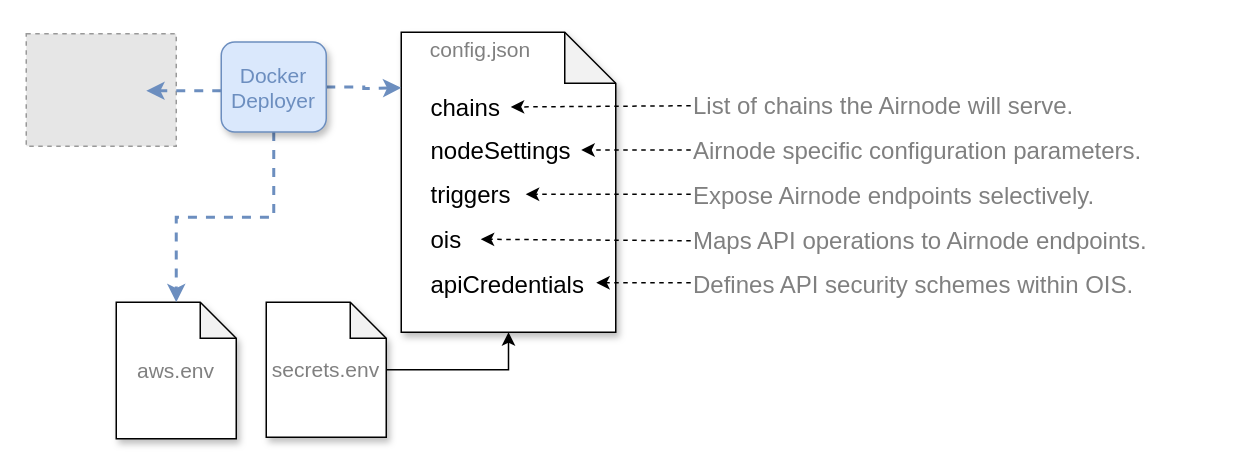
Above: docs/airnode/v1.0/assets/diagrams/config-json.drawio in api3dao/old-api3-docs (draw.io), before the change. Source tidied: cells renumbered, new cells numbered last; positions are measured from the earlier drawing's top-left corner, leaving out a move shared by most shapes. Both pictures are drawn from the tidied source at 150%, with x=0, y=0 at pixel (26, 32). Pictures stored in the file or linked from it are replaced by grey dashed boxes.
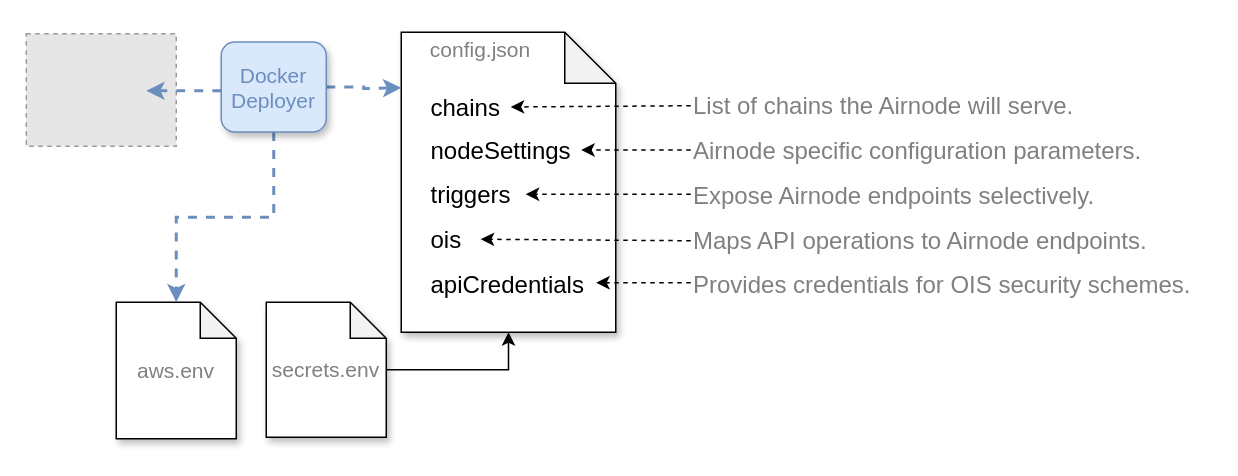
The same diagram, later.

Commit message (it also covers changes not shown here):
apiCredentials description incorect. The apiCredentials are there just to provide credentials for security schemes that are already defined in OIS.

The edit, as a diff of the source:
```diff
@@
-    <mxCell id="17" value="Defines API security schemes within OIS." style="text;html=1;strokeColor=none;fillColor=none;align=left;verticalAlign=middle;whiteSpace=wrap;rounded=0;sketch=0;fontSize=16;fontColor=#808080;" parent="1" vertex="1">
+    <mxCell id="17" value="Provides credentials for OIS security schemes." style="text;html=1;strokeColor=none;fillColor=none;align=left;verticalAlign=middle;whiteSpace=wrap;rounded=0;sketch=0;fontSize=16;fontColor=#808080;" parent="1" vertex="1">
       <mxGeometry x="443" y="158" width="347" height="20" as="geometry" />
     </mxCell>
```
